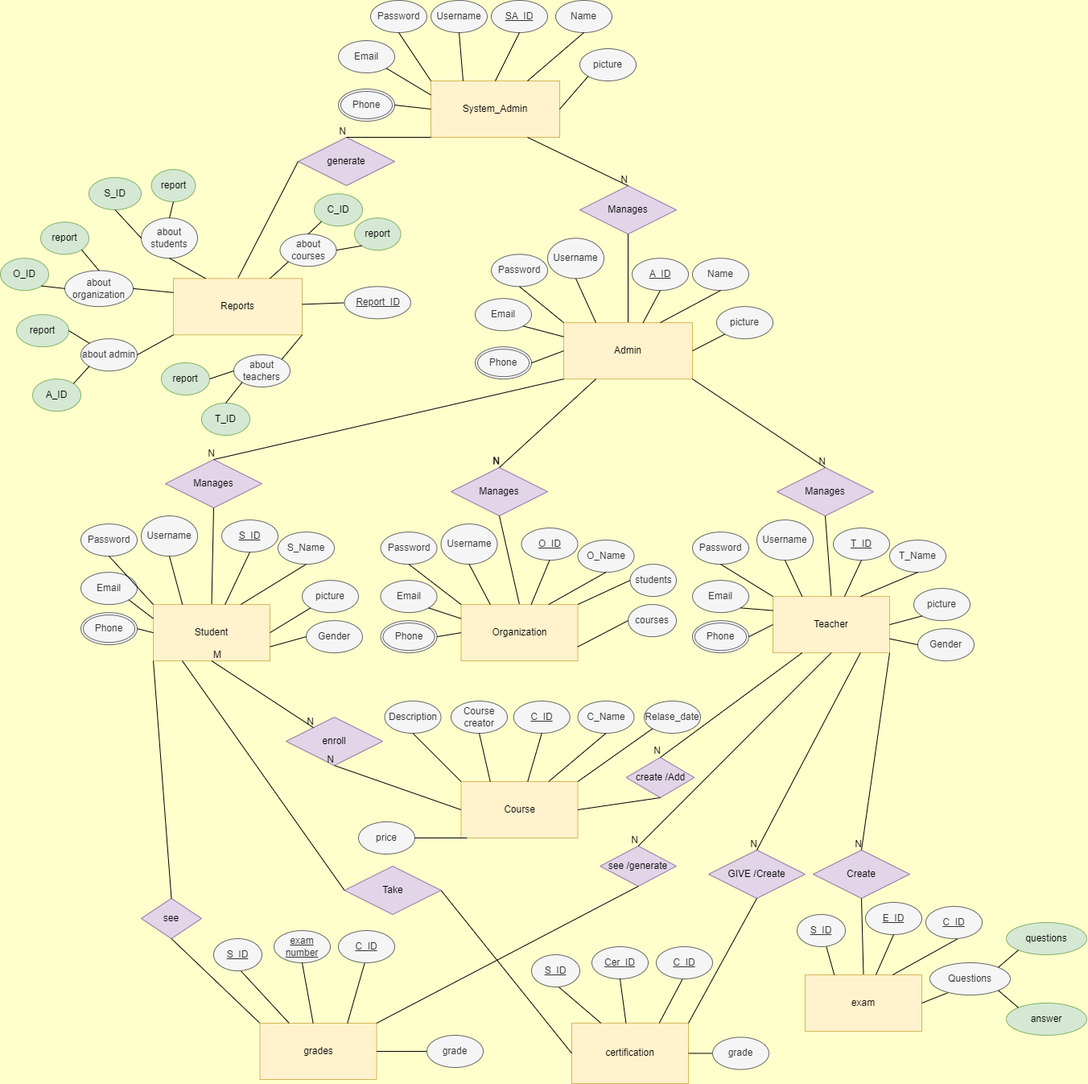
Boodyahmedhamdy/Edume keeps this draw.io diagram as Design/Database/ERD/ERD_diagram.png. Above is the earlier version. Source tidied: cells renumbered, new cells last; positions are measured from the earlier drawing's top-left corner, leaving out a move shared by most shapes.
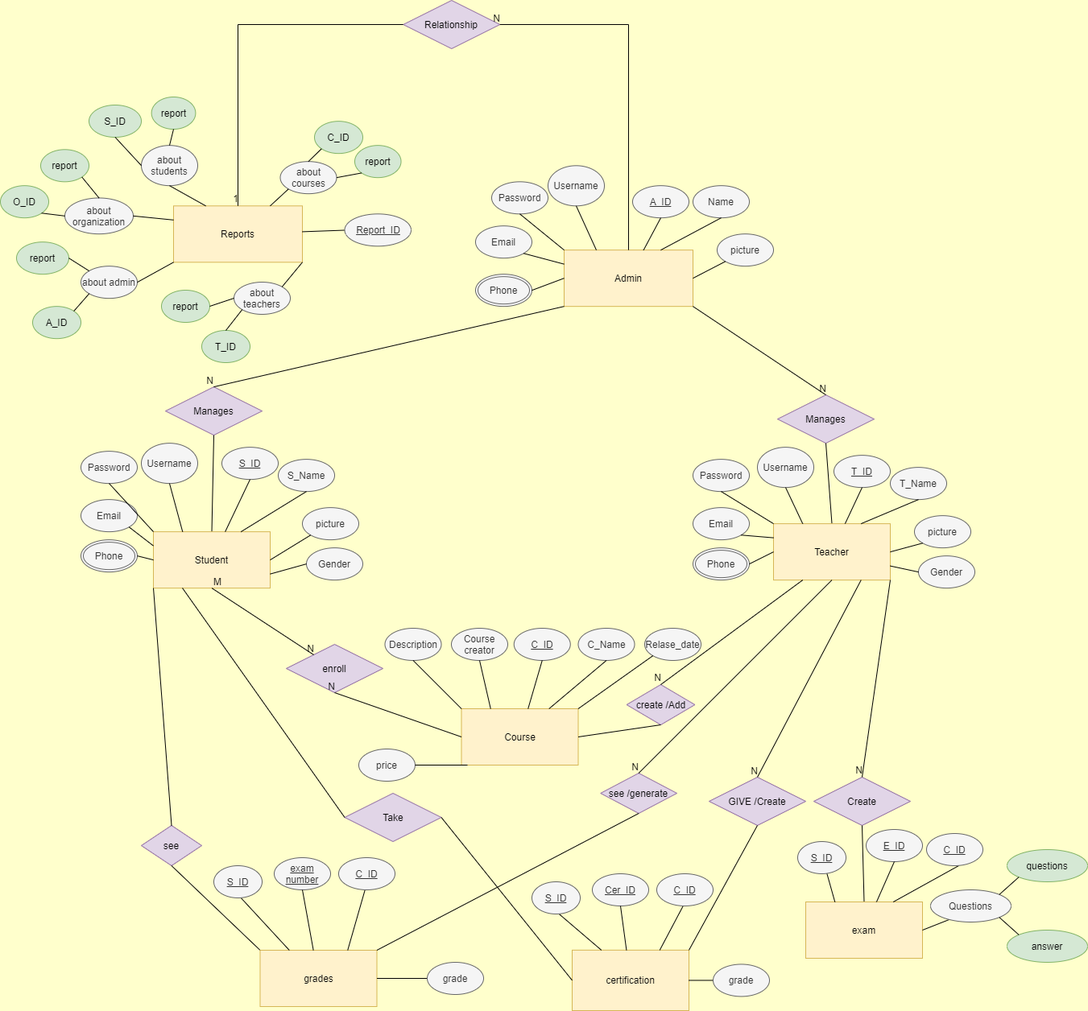
Later version of the same file.

What changed in the source:
```diff
@@ -2,79 +2,6 @@
   <root>
     <mxCell id="0" />
     <mxCell id="1" parent="0" />
-    <mxCell id="2" value="System_Admin" style="whiteSpace=wrap;html=1;align=center;fillColor=#fff2cc;strokeColor=#d6b656;" parent="1" vertex="1">
-      <mxGeometry x="535" y="100" width="160" height="70" as="geometry" />
-    </mxCell>
-    <mxCell id="3" value="picture" style="ellipse;whiteSpace=wrap;html=1;align=center;fillColor=#f5f5f5;strokeColor=#666666;fontColor=#333333;" parent="1" vertex="1">
-      <mxGeometry x="720" y="60" width="70" height="40" as="geometry" />
-    </mxCell>
-    <mxCell id="4" value="Email" style="ellipse;whiteSpace=wrap;html=1;align=center;fillColor=#f5f5f5;strokeColor=#666666;fontColor=#333333;" parent="1" vertex="1">
-      <mxGeometry x="420" y="50" width="70" height="40" as="geometry" />
-    </mxCell>
-    <mxCell id="5" value="Password" style="ellipse;whiteSpace=wrap;html=1;align=center;fillColor=#f5f5f5;strokeColor=#666666;fontColor=#333333;" parent="1" vertex="1">
-      <mxGeometry x="460" width="70" height="40" as="geometry" />
-    </mxCell>
-    <mxCell id="6" value="Name" style="ellipse;whiteSpace=wrap;html=1;align=center;fillColor=#f5f5f5;strokeColor=#666666;fontColor=#333333;" parent="1" vertex="1">
-      <mxGeometry x="690" width="70" height="40" as="geometry" />
-    </mxCell>
-    <mxCell id="7" value="Username" style="ellipse;whiteSpace=wrap;html=1;align=center;fillColor=#f5f5f5;strokeColor=#666666;fontColor=#333333;" parent="1" vertex="1">
-      <mxGeometry x="535" width="70" height="40" as="geometry" />
-    </mxCell>
-    <mxCell id="8" value="SA_ID" style="ellipse;whiteSpace=wrap;html=1;align=center;fontStyle=4;fillColor=#f5f5f5;strokeColor=#666666;fontColor=#333333;" parent="1" vertex="1">
-      <mxGeometry x="610" width="70" height="40" as="geometry" />
-    </mxCell>
-    <mxCell id="9" value="Phone" style="ellipse;shape=doubleEllipse;margin=3;whiteSpace=wrap;html=1;align=center;fillColor=#f5f5f5;strokeColor=#666666;fontColor=#333333;" parent="1" vertex="1">
-      <mxGeometry x="420" y="110" width="70" height="40" as="geometry" />
-    </mxCell>
-    <mxCell id="10" style="endArrow=none;html=1;rounded=0;entryX=0.25;entryY=0;entryDx=0;entryDy=0;exitX=0.5;exitY=1;exitDx=0;exitDy=0;" parent="1" edge="1" source="7" target="2">
-      <mxGeometry relative="1" as="geometry">
-        <Array as="points">
-          <mxPoint x="570" y="40" />
-        </Array>
-      </mxGeometry>
-    </mxCell>
-    <mxCell id="11" style="endArrow=none;html=1;rounded=0;entryX=0;entryY=1;entryDx=0;entryDy=0;exitX=1;exitY=0.5;exitDx=0;exitDy=0;" parent="1" edge="1" source="2" target="3">
-      <mxGeometry relative="1" as="geometry" />
-    </mxCell>
-    <mxCell id="12" style="endArrow=none;html=1;rounded=0;entryX=0.5;entryY=1;entryDx=0;entryDy=0;exitX=0;exitY=0;exitDx=0;exitDy=0;" parent="1" edge="1" source="2" target="5">
-      <mxGeometry relative="1" as="geometry" />
-    </mxCell>
-    <mxCell id="13" style="endArrow=none;html=1;rounded=0;entryX=0.5;entryY=1;entryDx=0;entryDy=0;exitX=0.75;exitY=0;exitDx=0;exitDy=0;" parent="1" edge="1" source="2" target="6">
-      <mxGeometry relative="1" as="geometry" />
-    </mxCell>
-    <mxCell id="14" style="endArrow=none;html=1;rounded=0;exitX=0.5;exitY=1;exitDx=0;exitDy=0;entryX=0.5;entryY=0;entryDx=0;entryDy=0;" parent="1" edge="1" source="8" target="2">
-      <mxGeometry relative="1" as="geometry" />
-    </mxCell>
-    <mxCell id="15" style="endArrow=none;html=1;rounded=0;exitX=1;exitY=1;exitDx=0;exitDy=0;entryX=0;entryY=0.25;entryDx=0;entryDy=0;" parent="1" edge="1" source="4" target="2">
-      <mxGeometry relative="1" as="geometry" />
-    </mxCell>
-    <mxCell id="16" style="endArrow=none;html=1;rounded=0;exitX=1;exitY=0.5;exitDx=0;exitDy=0;entryX=0;entryY=0.5;entryDx=0;entryDy=0;" parent="1" edge="1" source="9" target="2">
-      <mxGeometry relative="1" as="geometry" />
-    </mxCell>
-    <mxCell id="17" value="Manages" style="shape=rhombus;perimeter=rhombusPerimeter;whiteSpace=wrap;html=1;align=center;direction=west;fillColor=#e1d5e7;strokeColor=#9673a6;" parent="1" vertex="1">
-      <mxGeometry x="720" y="230.2" width="120" height="60" as="geometry" />
-    </mxCell>
-    <mxCell id="18" value="generate" style="shape=rhombus;perimeter=rhombusPerimeter;whiteSpace=wrap;html=1;align=center;fillColor=#e1d5e7;strokeColor=#9673a6;" parent="1" vertex="1">
-      <mxGeometry x="370" y="170" width="120" height="60" as="geometry" />
-    </mxCell>
-    <mxCell id="19" style="endArrow=none;html=1;rounded=0;exitX=0.75;exitY=1;exitDx=0;exitDy=0;entryX=0.5;entryY=1;entryDx=0;entryDy=0;" parent="1" edge="1" source="2" target="17">
-      <mxGeometry relative="1" as="geometry" />
-    </mxCell>
-    <mxCell id="20" value="N" style="html=1;align=right;verticalAlign=bottom;" parent="19" vertex="1">
-      <mxGeometry x="1" relative="1" as="geometry" />
-    </mxCell>
-    <mxCell id="21" style="endArrow=none;html=1;rounded=0;exitX=0.5;exitY=0;exitDx=0;exitDy=0;entryX=0.5;entryY=0;entryDx=0;entryDy=0;" parent="1" edge="1" source="17" target="25">
-      <mxGeometry relative="1" as="geometry" />
-    </mxCell>
-    <mxCell id="22" style="endArrow=none;html=1;rounded=0;exitX=0;exitY=1;exitDx=0;exitDy=0;entryX=0.5;entryY=0;entryDx=0;entryDy=0;" parent="1" edge="1" source="2" target="18">
-      <mxGeometry relative="1" as="geometry" />
-    </mxCell>
-    <mxCell id="23" value="N" style="html=1;align=right;verticalAlign=bottom;" parent="22" vertex="1">
-      <mxGeometry x="1" relative="1" as="geometry" />
-    </mxCell>
-    <mxCell id="24" style="endArrow=none;html=1;rounded=0;entryX=0.5;entryY=0;entryDx=0;entryDy=0;exitX=0;exitY=0.5;exitDx=0;exitDy=0;" parent="1" edge="1" source="18" target="40">
-      <mxGeometry relative="1" as="geometry" />
-    </mxCell>
     <mxCell id="25" value="Admin" style="whiteSpace=wrap;html=1;align=center;fillColor=#fff2cc;strokeColor=#d6b656;" parent="1" vertex="1">
       <mxGeometry x="700" y="400.2" width="160" height="70" as="geometry" />
     </mxCell>
@@ -281,63 +208,9 @@
     <mxCell id="92" value="N" style="html=1;align=right;verticalAlign=bottom;" parent="91" vertex="1">
       <mxGeometry x="1" relative="1" as="geometry" />
     </mxCell>
-    <mxCell id="93" value="Manages" style="shape=rhombus;perimeter=rhombusPerimeter;whiteSpace=wrap;html=1;align=center;direction=west;fillColor=#e1d5e7;strokeColor=#9673a6;" parent="1" vertex="1">
-      <mxGeometry x="560" y="580" width="120" height="60" as="geometry" />
-    </mxCell>
     <mxCell id="94" style="html=1;align=right;verticalAlign=bottom;" parent="1" vertex="1">
       <mxGeometry x="620.2" y="580.1" as="geometry" />
     </mxCell>
-    <mxCell id="95" style="endArrow=none;html=1;rounded=0;exitX=0.5;exitY=0;exitDx=0;exitDy=0;entryX=0.5;entryY=0;entryDx=0;entryDy=0;" parent="1" edge="1" source="93" target="96">
-      <mxGeometry relative="1" as="geometry" />
-    </mxCell>
-    <mxCell id="96" value="Organization" style="whiteSpace=wrap;html=1;align=center;fillColor=#fff2cc;strokeColor=#d6b656;" parent="1" vertex="1">
-      <mxGeometry x="572.5" y="750.1" width="145" height="70" as="geometry" />
-    </mxCell>
-    <mxCell id="97" value="Email" style="ellipse;whiteSpace=wrap;html=1;align=center;fillColor=#f5f5f5;strokeColor=#666666;fontColor=#333333;" parent="1" vertex="1">
-      <mxGeometry x="472.5" y="720.1" width="70" height="40" as="geometry" />
-    </mxCell>
-    <mxCell id="98" value="Password" style="ellipse;whiteSpace=wrap;html=1;align=center;fillColor=#f5f5f5;strokeColor=#666666;fontColor=#333333;" parent="1" vertex="1">
-      <mxGeometry x="472.5" y="660.1" width="70" height="40" as="geometry" />
-    </mxCell>
-    <mxCell id="99" value="O_Name" style="ellipse;whiteSpace=wrap;html=1;align=center;fillColor=#f5f5f5;strokeColor=#666666;fontColor=#333333;" parent="1" vertex="1">
-      <mxGeometry x="717.5" y="670.1" width="70" height="40" as="geometry" />
-    </mxCell>
-    <mxCell id="100" value="Username" style="ellipse;whiteSpace=wrap;html=1;align=center;fillColor=#f5f5f5;strokeColor=#666666;fontColor=#333333;" parent="1" vertex="1">
-      <mxGeometry x="547.5" y="650.1" width="70" height="50" as="geometry" />
-    </mxCell>
-    <mxCell id="101" value="O_ID" style="ellipse;whiteSpace=wrap;html=1;align=center;fontStyle=4;fillColor=#f5f5f5;strokeColor=#666666;fontColor=#333333;" parent="1" vertex="1">
-      <mxGeometry x="647.5" y="655.1" width="70" height="40" as="geometry" />
-    </mxCell>
-    <mxCell id="102" value="Phone" style="ellipse;shape=doubleEllipse;margin=3;whiteSpace=wrap;html=1;align=center;fillColor=#f5f5f5;strokeColor=#666666;fontColor=#333333;" parent="1" vertex="1">
-      <mxGeometry x="472.5" y="770.1" width="70" height="40" as="geometry" />
-    </mxCell>
-    <mxCell id="103" style="endArrow=none;html=1;rounded=0;entryX=0.25;entryY=0;entryDx=0;entryDy=0;exitX=0.5;exitY=1;exitDx=0;exitDy=0;" parent="1" edge="1" source="100" target="96">
-      <mxGeometry relative="1" as="geometry" />
-    </mxCell>
-    <mxCell id="104" style="endArrow=none;html=1;rounded=0;entryX=0.5;entryY=1;entryDx=0;entryDy=0;exitX=0;exitY=0;exitDx=0;exitDy=0;" parent="1" edge="1" source="96" target="98">
-      <mxGeometry relative="1" as="geometry" />
-    </mxCell>
-    <mxCell id="105" style="endArrow=none;html=1;rounded=0;entryX=0.5;entryY=1;entryDx=0;entryDy=0;exitX=0.75;exitY=0;exitDx=0;exitDy=0;" parent="1" edge="1" source="96" target="99">
-      <mxGeometry relative="1" as="geometry" />
-    </mxCell>
-    <mxCell id="106" style="endArrow=none;html=1;rounded=0;exitX=0.5;exitY=1;exitDx=0;exitDy=0;" parent="1" edge="1" source="101" target="96">
-      <mxGeometry relative="1" as="geometry" />
-    </mxCell>
-    <mxCell id="107" style="endArrow=none;html=1;rounded=0;exitX=1;exitY=1;exitDx=0;exitDy=0;entryX=0;entryY=0.25;entryDx=0;entryDy=0;" parent="1" edge="1" source="97" target="96">
-      <mxGeometry relative="1" as="geometry" />
-    </mxCell>
-    <mxCell id="108" style="endArrow=none;html=1;rounded=0;exitX=1;exitY=0.5;exitDx=0;exitDy=0;entryX=0;entryY=0.5;entryDx=0;entryDy=0;" parent="1" edge="1" source="102" target="96">
-      <mxGeometry relative="1" as="geometry" />
-    </mxCell>
-    <mxCell id="109" value="N" style="html=1;align=right;verticalAlign=bottom;" parent="1" vertex="1">
-      <mxGeometry x="620" y="580" as="geometry" />
-    </mxCell>
-    <mxCell id="110" style="endArrow=none;html=1;rounded=0;exitX=0.25;exitY=1;exitDx=0;exitDy=0;entryX=0.5;entryY=1;entryDx=0;entryDy=0;" parent="1" edge="1" source="25" target="93">
-      <mxGeometry relative="1" as="geometry" />
-    </mxCell>
-    <mxCell id="111" value="N" style="html=1;align=right;verticalAlign=bottom;" parent="110" vertex="1">
-      <mxGeometry x="1" relative="1" as="geometry" />
-    </mxCell>
     <mxCell id="112" style="html=1;align=right;verticalAlign=bottom;" parent="1" vertex="1">
       <mxGeometry x="637.7" y="880.1" as="geometry" />
     </mxCell>
@@ -652,18 +525,6 @@
         <mxPoint x="290" y="460" as="targetPoint" />
       </mxGeometry>
     </mxCell>
-    <mxCell id="210" value="students" style="ellipse;whiteSpace=wrap;html=1;align=center;fillColor=#f5f5f5;strokeColor=#666666;fontColor=#333333;" parent="1" vertex="1">
-      <mxGeometry x="782.5" y="700.1" width="57.5" height="40" as="geometry" />
-    </mxCell>
-    <mxCell id="211" value="courses" style="ellipse;whiteSpace=wrap;html=1;align=center;fillColor=#f5f5f5;strokeColor=#666666;fontColor=#333333;" parent="1" vertex="1">
-      <mxGeometry x="780" y="750.1" width="60" height="40" as="geometry" />
-    </mxCell>
-    <mxCell id="212" style="endArrow=none;html=1;rounded=0;entryX=0;entryY=0.5;entryDx=0;entryDy=0;exitX=1;exitY=0;exitDx=0;exitDy=0;" parent="1" edge="1" source="96" target="210">
-      <mxGeometry relative="1" as="geometry" />
-    </mxCell>
-    <mxCell id="213" style="endArrow=none;html=1;rounded=0;entryX=0;entryY=0.5;entryDx=0;entryDy=0;exitX=1;exitY=0.75;exitDx=0;exitDy=0;" parent="1" edge="1" source="96" target="211">
-      <mxGeometry relative="1" as="geometry" />
-    </mxCell>
     <mxCell id="214" style="endArrow=none;html=1;rounded=0;entryX=0;entryY=0.5;entryDx=0;entryDy=0;" parent="1" edge="1" source="40">
       <mxGeometry relative="1" as="geometry">
         <mxPoint x="432.5" y="375.3" as="targetPoint" />
@@ -672,5 +533,28 @@
     <mxCell id="215" value="Report_ID" style="ellipse;whiteSpace=wrap;html=1;align=center;fontStyle=4;fillColor=#f5f5f5;strokeColor=#666666;fontColor=#333333;" parent="1" vertex="1">
       <mxGeometry x="427.5" y="355.3" width="82.5" height="40" as="geometry" />
     </mxCell>
+    <mxCell id="216" value="Relationship" style="shape=rhombus;perimeter=rhombusPerimeter;whiteSpace=wrap;html=1;align=center;fillColor=#e1d5e7;strokeColor=#9673a6;" parent="1" vertex="1">
+      <mxGeometry x="500.2" y="90" width="120" height="60" as="geometry" />
+    </mxCell>
+    <mxCell id="217" style="endArrow=none;html=1;rounded=0;exitX=0.5;exitY=0;exitDx=0;exitDy=0;entryX=1;entryY=0.5;entryDx=0;entryDy=0;" parent="1" edge="1" source="25" target="216">
+      <mxGeometry relative="1" as="geometry">
+        <Array as="points">
+          <mxPoint x="780" y="120" />
+        </Array>
+      </mxGeometry>
+    </mxCell>
+    <mxCell id="218" value="N" style="html=1;align=right;verticalAlign=bottom;" parent="217" vertex="1">
+      <mxGeometry x="1" relative="1" as="geometry" />
+    </mxCell>
+    <mxCell id="219" style="endArrow=none;html=1;rounded=0;entryX=0.5;entryY=0;entryDx=0;entryDy=0;exitX=0;exitY=0.5;exitDx=0;exitDy=0;" parent="1" edge="1" source="216" target="40">
+      <mxGeometry relative="1" as="geometry">
+        <Array as="points">
+          <mxPoint x="295" y="120" />
+        </Array>
+      </mxGeometry>
+    </mxCell>
+    <mxCell id="220" value="1" style="html=1;align=right;verticalAlign=bottom;" parent="219" vertex="1">
+      <mxGeometry x="1" relative="1" as="geometry" />
+    </mxCell>
   </root>
 </mxGraphModel>
```
